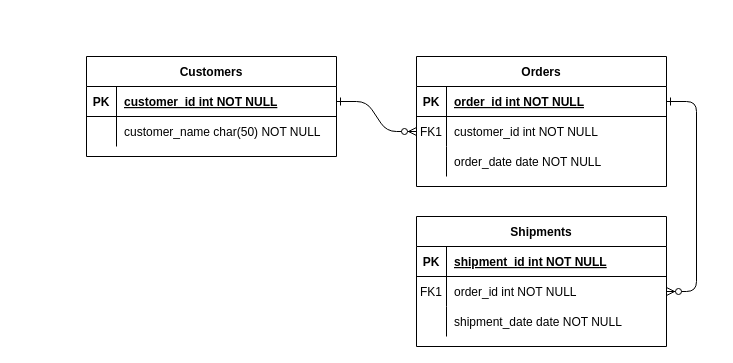
Before: Untitled Diagram.drawio in edwardwarnders/hello-world, a draw.io diagram. Source tidied: cells renumbered, new cells numbered last; positions are measured from the earlier drawing's top-left corner, leaving out a move shared by most shapes. Both pictures are drawn from the tidied source at 100%, with x=0, y=0 at pixel (86, 56).
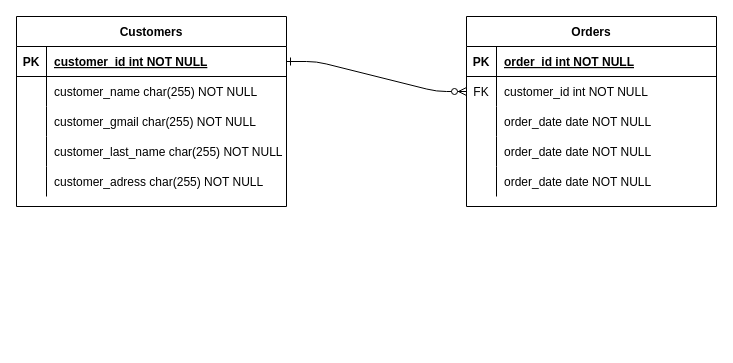
Above is the later version.

Unchanged cells that the change refers to:
```xml
<mxCell id="5" style="shape=partialRectangle;fillColor=none;points=[[0,0.5],[1,0.5]];portConstraint=eastwest;top=0;left=0;right=0;bottom=1;" parent="4" vertex="1">
  <mxGeometry y="30" width="250" height="30" as="geometry" />
</mxCell>
<mxCell id="8" style="shape=partialRectangle;fillColor=none;points=[[0,0.5],[1,0.5]];portConstraint=eastwest;top=0;left=0;right=0;bottom=0;" parent="4" vertex="1">
  <mxGeometry y="60" width="250" height="30" as="geometry" />
</mxCell>
```

What changed in the source:
```diff
@@
-    <mxCell id="3" style="edgeStyle=entityRelationEdgeStyle;endArrow=ERzeroToMany;startArrow=ERone;endFill=1;startFill=0;" parent="1" edge="1" source="5" target="18">
-      <mxGeometry relative="1" as="geometry" />
-    </mxCell>
     <mxCell id="4" value="Orders" style="shape=table;startSize=30;childLayout=tableLayout;rowLines=0;fontStyle=1;align=center;" parent="1" vertex="1">
-      <mxGeometry x="330" width="250" height="130" as="geometry" />
+      <mxGeometry x="380" y="-40" width="250" height="190" as="geometry" />
     </mxCell>
@@
-    <mxCell id="9" value="FK1" style="shape=partialRectangle;overflow=hidden;fillColor=none;top=0;left=0;bottom=0;right=0;" parent="8" vertex="1">
+    <mxCell id="9" value="FK" style="shape=partialRectangle;overflow=hidden;fillColor=none;top=0;left=0;bottom=0;right=0;" parent="8" vertex="1">
       <mxGeometry width="30" height="30" as="geometry" />
     </mxCell>
@@
-    <mxCell id="14" value="Shipments" style="shape=table;startSize=30;childLayout=tableLayout;rowLines=0;fontStyle=1;align=center;" parent="1" vertex="1">
-      <mxGeometry x="330" y="160" width="250" height="130" as="geometry" />
-    </mxCell>
-    <mxCell id="15" style="shape=partialRectangle;fillColor=none;top=0;left=0;right=0;bottom=1;" parent="14" vertex="1">
-      <mxGeometry y="30" width="250" height="30" as="geometry" />
-    </mxCell>
-    <mxCell id="16" value="PK" style="shape=partialRectangle;overflow=hidden;fillColor=none;top=0;left=0;bottom=0;right=0;fontStyle=1;" parent="15" vertex="1">
-      <mxGeometry width="30" height="30" as="geometry" />
-    </mxCell>
-    <mxCell id="17" value="shipment_id int NOT NULL " style="shape=partialRectangle;overflow=hidden;fillColor=none;top=0;left=0;bottom=0;right=0;align=left;spacingLeft=6;fontStyle=5;" parent="15" vertex="1">
-      <mxGeometry x="30" width="220" height="30" as="geometry" />
-    </mxCell>
-    <mxCell id="18" style="shape=partialRectangle;fillColor=none;points=[[0,0.5],[1,0.5]];portConstraint=eastwest;top=0;left=0;right=0;bottom=0;" parent="14" vertex="1">
-      <mxGeometry y="60" width="250" height="30" as="geometry" />
-    </mxCell>
-    <mxCell id="19" value="FK1" style="shape=partialRectangle;overflow=hidden;fillColor=none;top=0;left=0;bottom=0;right=0;" parent="18" vertex="1">
-      <mxGeometry width="30" height="30" as="geometry" />
-    </mxCell>
-    <mxCell id="20" value="order_id int NOT NULL" style="shape=partialRectangle;overflow=hidden;fillColor=none;top=0;left=0;bottom=0;right=0;align=left;spacingLeft=6;" parent="18" vertex="1">
-      <mxGeometry x="30" width="220" height="30" as="geometry" />
-    </mxCell>
-    <mxCell id="21" style="shape=partialRectangle;fillColor=none;top=0;left=0;right=0;bottom=0;" parent="14" vertex="1">
-      <mxGeometry y="90" width="250" height="30" as="geometry" />
-    </mxCell>
-    <mxCell id="22" style="shape=partialRectangle;overflow=hidden;fillColor=none;top=0;left=0;bottom=0;right=0;" parent="21" vertex="1">
-      <mxGeometry width="30" height="30" as="geometry" />
-    </mxCell>
-    <mxCell id="23" value="shipment_date date NOT NULL" style="shape=partialRectangle;overflow=hidden;fillColor=none;top=0;left=0;bottom=0;right=0;align=left;spacingLeft=6;" parent="21" vertex="1">
-      <mxGeometry x="30" width="220" height="30" as="geometry" />
-    </mxCell>
+    <mxCell id="31" style="shape=partialRectangle;fillColor=none;top=0;left=0;right=0;bottom=0;" parent="4" vertex="1">
+      <mxGeometry y="120" width="250" height="30" as="geometry" />
+    </mxCell>
+    <mxCell id="32" style="shape=partialRectangle;overflow=hidden;fillColor=none;top=0;left=0;bottom=0;right=0;" parent="31" vertex="1">
+      <mxGeometry width="30" height="30" as="geometry" />
+    </mxCell>
+    <mxCell id="33" value="order_date date NOT NULL" style="shape=partialRectangle;overflow=hidden;fillColor=none;top=0;left=0;bottom=0;right=0;align=left;spacingLeft=6;" parent="31" vertex="1">
+      <mxGeometry x="30" width="220" height="30" as="geometry" />
+    </mxCell>
+    <mxCell id="34" style="shape=partialRectangle;fillColor=none;top=0;left=0;right=0;bottom=0;" parent="4" vertex="1">
+      <mxGeometry y="150" width="250" height="30" as="geometry" />
+    </mxCell>
+    <mxCell id="35" style="shape=partialRectangle;overflow=hidden;fillColor=none;top=0;left=0;bottom=0;right=0;" parent="34" vertex="1">
+      <mxGeometry width="30" height="30" as="geometry" />
+    </mxCell>
+    <mxCell id="36" value="order_date date NOT NULL" style="shape=partialRectangle;overflow=hidden;fillColor=none;top=0;left=0;bottom=0;right=0;align=left;spacingLeft=6;" parent="34" vertex="1">
+      <mxGeometry x="30" width="220" height="30" as="geometry" />
+    </mxCell>
     <mxCell id="24" value="Customers" style="shape=table;startSize=30;childLayout=tableLayout;rowLines=0;fontStyle=1;align=center;" parent="1" vertex="1">
-      <mxGeometry width="250" height="100" as="geometry" />
+      <mxGeometry x="-70" y="-40" width="270" height="190" as="geometry" />
     </mxCell>
     <mxCell id="25" style="shape=partialRectangle;fillColor=none;points=[[0,0.5],[1,0.5]];portConstraint=eastwest;top=0;left=0;right=0;bottom=1;" parent="24" vertex="1">
-      <mxGeometry y="30" width="250" height="30" as="geometry" />
+      <mxGeometry y="30" width="270" height="30" as="geometry" />
     </mxCell>
@@
     <mxCell id="27" value="customer_id int NOT NULL " style="shape=partialRectangle;overflow=hidden;fillColor=none;top=0;left=0;bottom=0;right=0;align=left;spacingLeft=6;fontStyle=5;" parent="25" vertex="1">
-      <mxGeometry x="30" width="220" height="30" as="geometry" />
+      <mxGeometry x="30" width="240" height="30" as="geometry" />
     </mxCell>
     <mxCell id="28" style="shape=partialRectangle;fillColor=none;top=0;left=0;right=0;bottom=0;" parent="24" vertex="1">
-      <mxGeometry y="60" width="250" height="30" as="geometry" />
+      <mxGeometry y="60" width="270" height="30" as="geometry" />
     </mxCell>
@@
-    <mxCell id="30" value="customer_name char(50) NOT NULL" style="shape=partialRectangle;overflow=hidden;fillColor=none;top=0;left=0;bottom=0;right=0;align=left;spacingLeft=6;" parent="28" vertex="1">
-      <mxGeometry x="30" width="220" height="30" as="geometry" />
+    <mxCell id="30" value="customer_name char(255) NOT NULL" style="shape=partialRectangle;overflow=hidden;fillColor=none;top=0;left=0;bottom=0;right=0;align=left;spacingLeft=6;" parent="28" vertex="1">
+      <mxGeometry x="30" width="240" height="30" as="geometry" />
     </mxCell>
+    <mxCell id="37" style="shape=partialRectangle;fillColor=none;top=0;left=0;right=0;bottom=0;" parent="24" vertex="1">
+      <mxGeometry y="90" width="270" height="30" as="geometry" />
+    </mxCell>
+    <mxCell id="38" style="shape=partialRectangle;overflow=hidden;fillColor=none;top=0;left=0;bottom=0;right=0;" parent="37" vertex="1">
+      <mxGeometry width="30" height="30" as="geometry" />
+    </mxCell>
+    <mxCell id="39" value="customer_gmail char(255) NOT NULL" style="shape=partialRectangle;overflow=hidden;fillColor=none;top=0;left=0;bottom=0;right=0;align=left;spacingLeft=6;" parent="37" vertex="1">
+      <mxGeometry x="30" width="240" height="30" as="geometry" />
+    </mxCell>
+    <mxCell id="40" style="shape=partialRectangle;fillColor=none;top=0;left=0;right=0;bottom=0;" parent="24" vertex="1">
+      <mxGeometry y="120" width="270" height="30" as="geometry" />
+    </mxCell>
+    <mxCell id="41" style="shape=partialRectangle;overflow=hidden;fillColor=none;top=0;left=0;bottom=0;right=0;" parent="40" vertex="1">
+      <mxGeometry width="30" height="30" as="geometry" />
+    </mxCell>
+    <mxCell id="42" value="customer_last_name char(255) NOT NULL" style="shape=partialRectangle;overflow=hidden;fillColor=none;top=0;left=0;bottom=0;right=0;align=left;spacingLeft=6;" parent="40" vertex="1">
+      <mxGeometry x="30" width="240" height="30" as="geometry" />
+    </mxCell>
+    <mxCell id="43" style="shape=partialRectangle;fillColor=none;top=0;left=0;right=0;bottom=0;" parent="24" vertex="1">
+      <mxGeometry y="150" width="270" height="30" as="geometry" />
+    </mxCell>
+    <mxCell id="44" style="shape=partialRectangle;overflow=hidden;fillColor=none;top=0;left=0;bottom=0;right=0;" parent="43" vertex="1">
+      <mxGeometry width="30" height="30" as="geometry" />
+    </mxCell>
+    <mxCell id="45" value="customer_adress char(255) NOT NULL" style="shape=partialRectangle;overflow=hidden;fillColor=none;top=0;left=0;bottom=0;right=0;align=left;spacingLeft=6;" parent="43" vertex="1">
+      <mxGeometry x="30" width="240" height="30" as="geometry" />
+    </mxCell>
```
